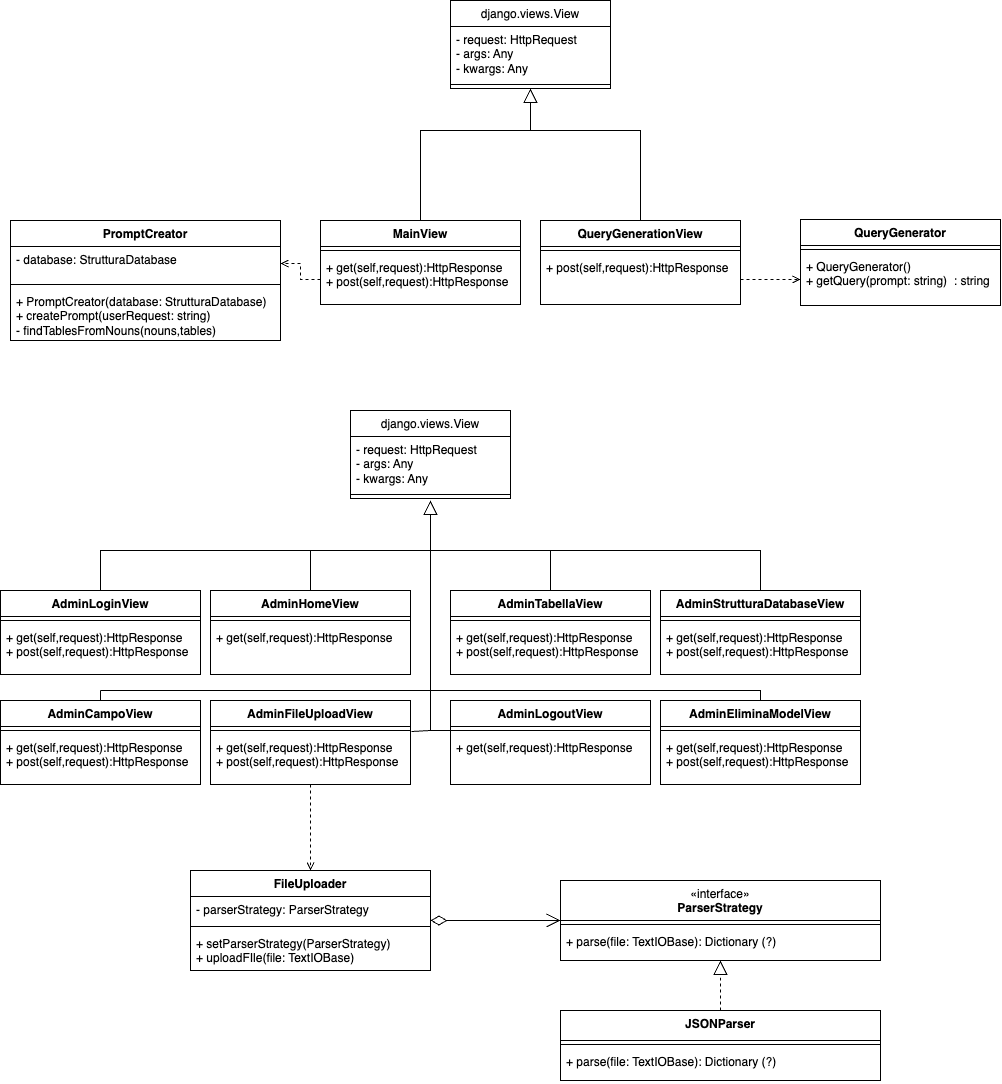
The draw.io diagram docs/src/assets/UML_classes/views.png in Jackpot-Coding/chatSQL, before a commit. Source tidied: cells renumbered, new cells last; positions are measured from the earlier drawing's top-left corner, leaving out a move shared by most shapes.
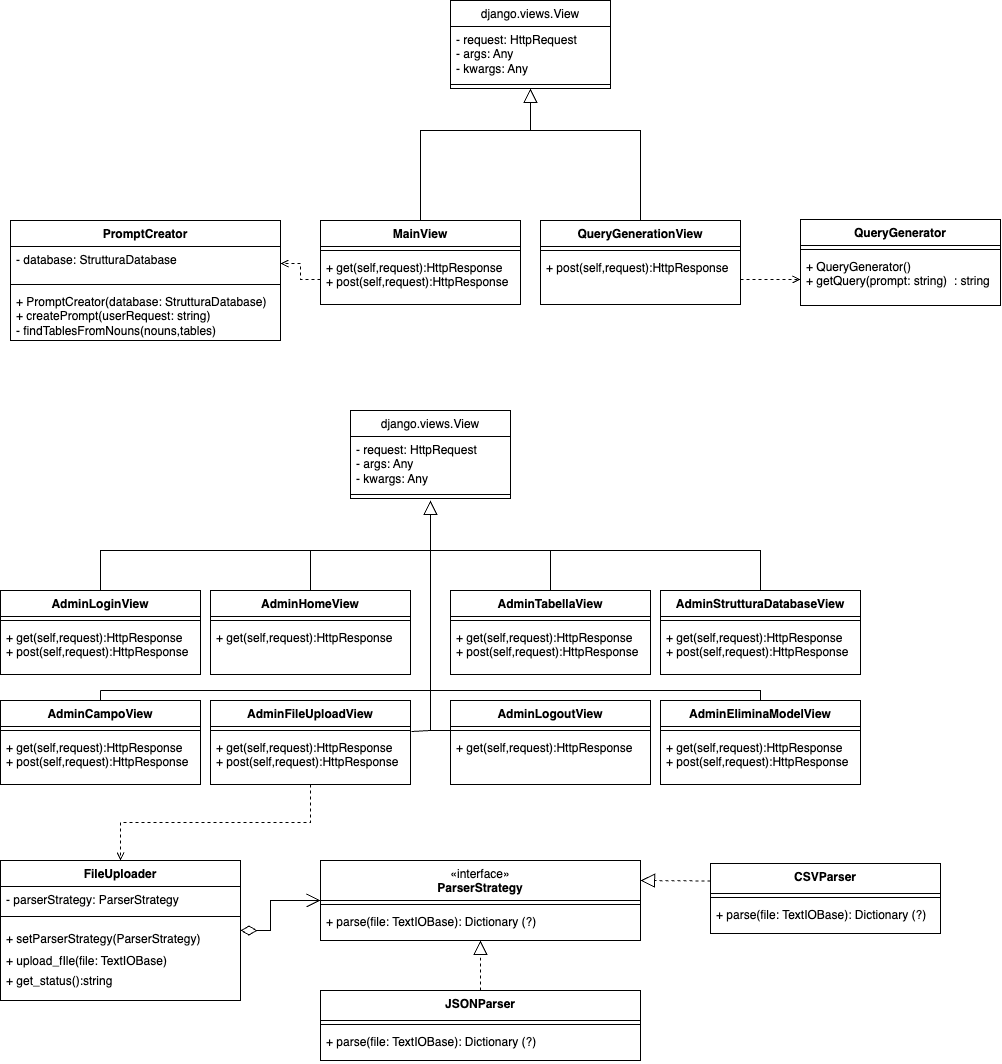
After the change.

Commit message:
Aggiunta CSVParser e miglioramento descrizioni delle classi

Diff of the diagram source:
```diff
@@ -142,7 +142,7 @@
       <mxGeometry y="68" width="270" height="52" as="geometry" />
     </mxCell>
     <mxCell id="37" value="FileUploader" style="swimlane;fontStyle=1;align=center;verticalAlign=top;horizontal=1;startSize=26;whiteSpace=wrap;html=1;" parent="1" vertex="1">
-      <mxGeometry x="190" y="870" width="240" height="100" as="geometry" />
+      <mxGeometry y="860" width="240" height="140" as="geometry" />
     </mxCell>
     <mxCell id="38" value="- parserStrategy: ParserStrategy&amp;nbsp;" style="text;strokeColor=none;fillColor=none;align=left;verticalAlign=top;spacingLeft=4;spacingRight=4;overflow=hidden;whiteSpace=wrap;html=1;" parent="37" vertex="1">
       <mxGeometry y="26" width="240" height="26" as="geometry" />
@@ -150,11 +150,11 @@
     <mxCell id="39" style="line;strokeWidth=1;fillColor=none;align=left;verticalAlign=middle;spacingTop=-1;spacingLeft=3;spacingRight=3;labelPosition=right;strokeColor=inherit;" parent="37" vertex="1">
       <mxGeometry y="52" width="240" height="8" as="geometry" />
     </mxCell>
-    <mxCell id="40" value="+ setParserStrategy(ParserStrategy)&lt;div&gt;+ uploadFIle(file: TextIOBase)&lt;/div&gt;" style="text;strokeColor=none;fillColor=none;align=left;verticalAlign=top;spacingLeft=4;spacingRight=4;overflow=hidden;whiteSpace=wrap;html=1;" parent="37" vertex="1">
-      <mxGeometry y="60" width="240" height="40" as="geometry" />
+    <mxCell id="40" value="&lt;p style=&quot;line-height: 0%;&quot;&gt;+ setParserStrategy(ParserStrategy)&lt;/p&gt;&lt;div style=&quot;line-height: 170%;&quot;&gt;+ upload_fIle(file: TextIOBase)&lt;/div&gt;&lt;div style=&quot;line-height: 170%;&quot;&gt;+&amp;nbsp;get_status():string&lt;/div&gt;&lt;p&gt;&lt;/p&gt;" style="text;strokeColor=none;fillColor=none;align=left;verticalAlign=top;spacingLeft=4;spacingRight=4;overflow=hidden;whiteSpace=wrap;html=1;" parent="37" vertex="1">
+      <mxGeometry y="60" width="240" height="80" as="geometry" />
     </mxCell>
     <mxCell id="41" value="&lt;span style=&quot;font-weight: 400;&quot;&gt;«interface»&lt;/span&gt;&lt;br style=&quot;font-weight: 400;&quot;&gt;&lt;b&gt;ParserStrategy&lt;/b&gt;" style="swimlane;fontStyle=1;align=center;verticalAlign=top;horizontal=1;startSize=40;whiteSpace=wrap;html=1;" parent="1" vertex="1">
-      <mxGeometry x="560" y="880" width="320" height="80" as="geometry" />
+      <mxGeometry x="320" y="860" width="320" height="80" as="geometry" />
     </mxCell>
     <mxCell id="42" style="line;strokeWidth=1;fillColor=none;align=left;verticalAlign=middle;spacingTop=-1;spacingLeft=3;spacingRight=3;labelPosition=right;strokeColor=inherit;" parent="41" vertex="1">
       <mxGeometry y="40" width="320" height="8" as="geometry" />
@@ -163,7 +163,7 @@
       <mxGeometry y="48" width="320" height="32" as="geometry" />
     </mxCell>
     <mxCell id="44" value="&lt;b&gt;JSONParser&lt;/b&gt;" style="swimlane;fontStyle=1;align=center;verticalAlign=top;horizontal=1;startSize=30;whiteSpace=wrap;html=1;" parent="1" vertex="1">
-      <mxGeometry x="560" y="1010" width="320" height="70" as="geometry" />
+      <mxGeometry x="320" y="990" width="320" height="70" as="geometry" />
     </mxCell>
     <mxCell id="45" style="line;strokeWidth=1;fillColor=none;align=left;verticalAlign=middle;spacingTop=-1;spacingLeft=3;spacingRight=3;labelPosition=right;strokeColor=inherit;" parent="44" vertex="1">
       <mxGeometry y="30" width="320" height="8" as="geometry" />
@@ -177,7 +177,8 @@
     <mxCell id="48" style="endArrow=open;html=1;endSize=12;startArrow=diamondThin;startSize=14;startFill=0;edgeStyle=orthogonalEdgeStyle;align=left;verticalAlign=bottom;rounded=0;comic=0;entryX=0;entryY=0.5;entryDx=0;entryDy=0;exitX=1;exitY=0.5;exitDx=0;exitDy=0;" parent="1" edge="1" source="37" target="41">
       <mxGeometry x="-1" y="3" relative="1" as="geometry">
         <Array as="points">
-          <mxPoint x="560" y="920" />
+          <mxPoint x="270" y="930" />
+          <mxPoint x="270" y="900" />
         </Array>
       </mxGeometry>
     </mxCell>
@@ -265,5 +266,17 @@
     <mxCell id="70" style="edgeStyle=orthogonalEdgeStyle;rounded=0;jettySize=auto;html=1;exitX=1;exitY=0.5;exitDx=0;exitDy=0;entryX=0;entryY=0.5;entryDx=0;entryDy=0;endArrow=open;endFill=0;dashed=1;" parent="1" edge="1" source="69" target="65">
       <mxGeometry relative="1" as="geometry" />
     </mxCell>
+    <mxCell id="71" value="&lt;b&gt;CSVParser&lt;/b&gt;" style="swimlane;fontStyle=1;align=center;verticalAlign=top;horizontal=1;startSize=30;whiteSpace=wrap;html=1;" parent="1" vertex="1">
+      <mxGeometry x="710" y="863" width="230" height="70" as="geometry" />
+    </mxCell>
+    <mxCell id="72" style="line;strokeWidth=1;fillColor=none;align=left;verticalAlign=middle;spacingTop=-1;spacingLeft=3;spacingRight=3;labelPosition=right;strokeColor=inherit;" parent="71" vertex="1">
+      <mxGeometry y="30" width="230" height="8" as="geometry" />
+    </mxCell>
+    <mxCell id="73" value="+ parse(file: TextIOBase): Dictionary (?)" style="text;strokeColor=none;fillColor=none;align=left;verticalAlign=top;spacingLeft=4;spacingRight=4;overflow=hidden;whiteSpace=wrap;html=1;" parent="71" vertex="1">
+      <mxGeometry y="38" width="230" height="32" as="geometry" />
+    </mxCell>
+    <mxCell id="74" style="edgeStyle=none;html=1;endSize=12;endArrow=block;endFill=0;rounded=0;dashed=1;entryX=1;entryY=0.25;entryDx=0;entryDy=0;exitX=0;exitY=0.25;exitDx=0;exitDy=0;" parent="1" edge="1" source="71" target="41">
+      <mxGeometry relative="1" as="geometry" />
+    </mxCell>
   </root>
 </mxGraphModel>
```
